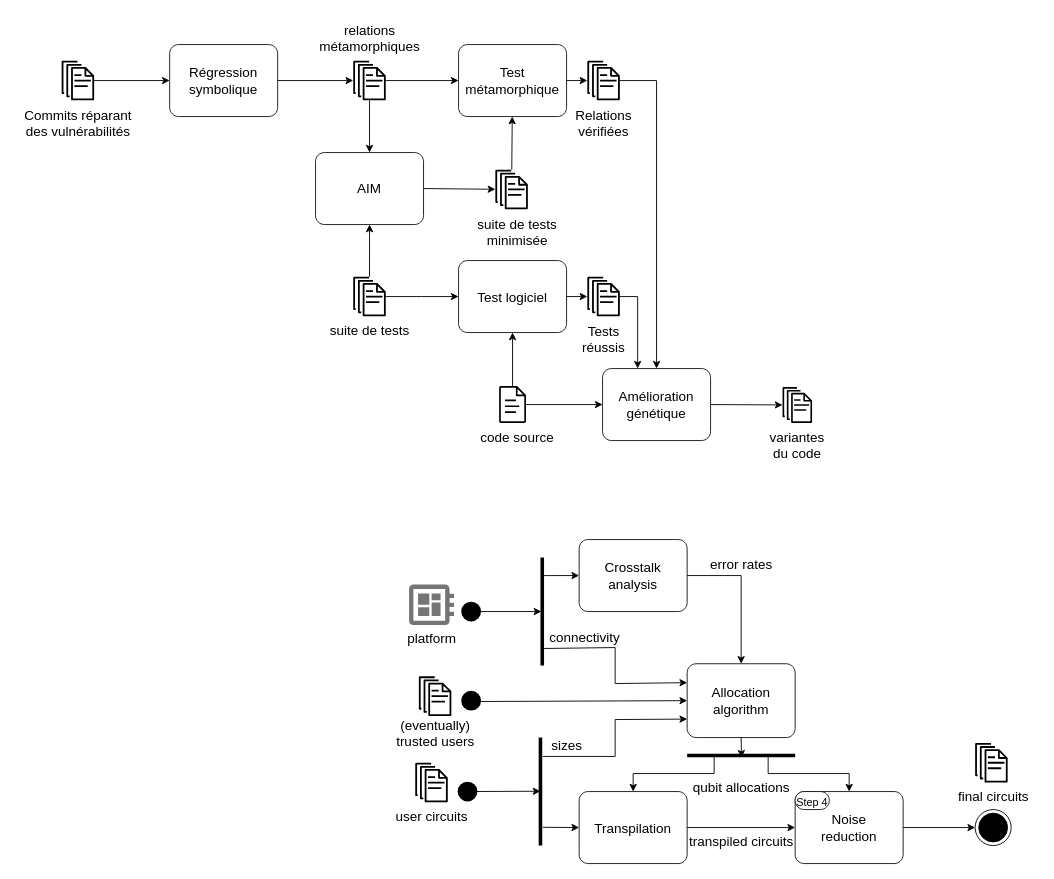
This is researchProject2025.drawio from yoann-marquer/Diagrams, a draw.io file, before an edit. Source tidied: cells renumbered, new cells numbered last; positions are measured from the earlier drawing's top-left corner, leaving out a move shared by most shapes. Both pictures are drawn from the tidied source at 90%, with x=0, y=0 at pixel (14, 15).
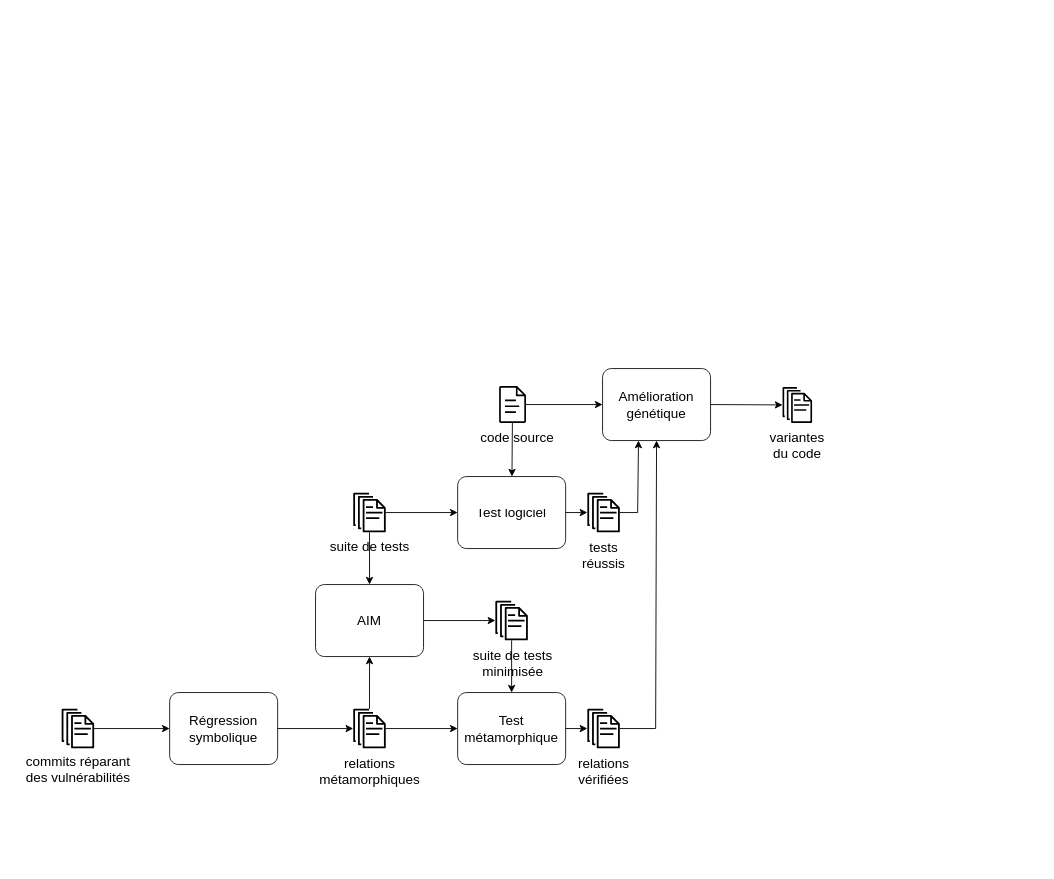
Above is the later version.

Commit message:
amélioration génétique en haut

The change refers to these unchanged cells:
```xml
<mxCell id="42" value="&lt;div&gt;Amélioration&lt;/div&gt;&lt;div&gt;génétique&lt;/div&gt;" style="points=[[0.25,0,0],[0.5,0,0],[0.75,0,0],[1,0.25,0],[1,0.5,0],[1,0.75,0],[0.75,1,0],[0.5,1,0],[0.25,1,0],[0,0.75,0],[0,0.5,0],[0,0.25,0]];shape=mxgraph.bpmn.task;whiteSpace=wrap;rectStyle=rounded;size=10;html=1;taskMarker=abstract;strokeColor=#121212;fontSize=15;fillColor=#FFFFFF;" parent="1" vertex="1">
  <mxGeometry x="653" y="392" width="120" height="80" as="geometry" />
</mxCell>
```

Change to the diagram source:
```diff
@@
-    <mxCell id="2" style="endArrow=classic;html=1;rounded=0;entryX=0.5;entryY=0;entryDx=0;entryDy=0;entryPerimeter=0;exitX=0.75;exitY=0.5;exitDx=0;exitDy=0;exitPerimeter=0;" parent="1" edge="1" source="11" target="5">
-      <mxGeometry relative="1" as="geometry">
-        <Array as="points">
-          <mxPoint x="777" y="842" />
-          <mxPoint x="687" y="842" />
-        </Array>
-      </mxGeometry>
-    </mxCell>
-    <mxCell id="3" value="&lt;div&gt;Crosstalk&lt;/div&gt;&lt;div&gt;analysis&lt;br&gt;&lt;/div&gt;" style="points=[[0.25,0,0],[0.5,0,0],[0.75,0,0],[1,0.25,0],[1,0.5,0],[1,0.75,0],[0.75,1,0],[0.5,1,0],[0.25,1,0],[0,0.75,0],[0,0.5,0],[0,0.25,0]];shape=mxgraph.bpmn.task;whiteSpace=wrap;rectStyle=rounded;size=10;html=1;taskMarker=abstract;strokeColor=#121212;fontSize=15;fillColor=#FFFFFF;" parent="1" vertex="1">
-      <mxGeometry x="627" y="582" width="120" height="80" as="geometry" />
-    </mxCell>
-    <mxCell id="4" value="&lt;div&gt;Allocation&lt;/div&gt;&lt;div&gt;algorithm&lt;br&gt;&lt;/div&gt;" style="points=[[0.25,0,0],[0.5,0,0],[0.75,0,0],[1,0.25,0],[1,0.5,0],[1,0.75,0],[0.75,1,0],[0.5,1,0],[0.25,1,0],[0,0.75,0],[0,0.5,0],[0,0.25,0]];shape=mxgraph.bpmn.task;whiteSpace=wrap;rectStyle=rounded;size=10;html=1;taskMarker=abstract;strokeColor=#121212;fontSize=15;fillColor=#FFFFFF;" parent="1" vertex="1">
-      <mxGeometry x="747" y="720" width="120" height="82" as="geometry" />
-    </mxCell>
-    <mxCell id="5" value="Transpilation" style="points=[[0.25,0,0],[0.5,0,0],[0.75,0,0],[1,0.25,0],[1,0.5,0],[1,0.75,0],[0.75,1,0],[0.5,1,0],[0.25,1,0],[0,0.75,0],[0,0.5,0],[0,0.25,0]];shape=mxgraph.bpmn.task;whiteSpace=wrap;rectStyle=rounded;size=10;html=1;taskMarker=abstract;strokeColor=#121212;fontSize=15;fillColor=#FFFFFF;" parent="1" vertex="1">
-      <mxGeometry x="627" y="862" width="120" height="80" as="geometry" />
-    </mxCell>
-    <mxCell id="6" style="endArrow=classic;html=1;rounded=0;entryX=0;entryY=0.5;entryDx=0;entryDy=0;entryPerimeter=0;exitX=0.167;exitY=0.3;exitDx=0;exitDy=0;exitPerimeter=0;" parent="1" edge="1" source="38" target="3">
-      <mxGeometry relative="1" as="geometry" />
-    </mxCell>
-    <mxCell id="7" style="endArrow=classic;html=1;rounded=0;entryX=0.5;entryY=0.6;entryDx=0;entryDy=0;entryPerimeter=0;exitX=1;exitY=0.5;exitDx=0;exitDy=0;exitPerimeter=0;" parent="1" edge="1" source="21" target="38">
-      <mxGeometry relative="1" as="geometry" />
-    </mxCell>
-    <mxCell id="8" style="endArrow=classic;html=1;rounded=0;exitX=1;exitY=0.5;exitDx=0;exitDy=0;exitPerimeter=0;entryX=0.5;entryY=0;entryDx=0;entryDy=0;entryPerimeter=0;" parent="1" edge="1" source="3" target="4">
-      <mxGeometry relative="1" as="geometry">
-        <Array as="points">
-          <mxPoint x="807" y="622" />
-        </Array>
-      </mxGeometry>
-    </mxCell>
-    <mxCell id="9" value="error rates" style="text;html=1;align=center;verticalAlign=middle;strokeColor=none;fillColor=none;fontSize=15;" parent="1" vertex="1">
-      <mxGeometry x="762" y="594" width="90" height="30" as="geometry" />
-    </mxCell>
-    <mxCell id="10" value="connectivity" style="text;html=1;align=center;verticalAlign=middle;strokeColor=none;fillColor=none;fontSize=15;" parent="1" vertex="1">
-      <mxGeometry x="583" y="675" width="100" height="30" as="geometry" />
-    </mxCell>
-    <mxCell id="11" style="line;strokeWidth=4;html=1;direction=south;rotation=90;" parent="1" vertex="1">
-      <mxGeometry x="802" y="762" width="10" height="120" as="geometry" />
-    </mxCell>
-    <mxCell id="12" value="&lt;div&gt;Noise&lt;/div&gt;&lt;div&gt;reduction&lt;br&gt;&lt;/div&gt;" style="points=[[0.25,0,0],[0.5,0,0],[0.75,0,0],[1,0.25,0],[1,0.5,0],[1,0.75,0],[0.75,1,0],[0.5,1,0],[0.25,1,0],[0,0.75,0],[0,0.5,0],[0,0.25,0]];shape=mxgraph.bpmn.task;whiteSpace=wrap;rectStyle=rounded;size=10;html=1;taskMarker=abstract;strokeColor=#121212;fontSize=15;fillColor=#FFFFFF;" parent="1" vertex="1">
-      <mxGeometry x="867" y="862" width="120" height="80" as="geometry" />
-    </mxCell>
-    <mxCell id="13" style="endArrow=classic;html=1;rounded=0;entryX=0;entryY=0.5;entryDx=0;entryDy=0;entryPerimeter=0;exitX=1;exitY=0.5;exitDx=0;exitDy=0;exitPerimeter=0;" parent="1" edge="1" source="5" target="12">
-      <mxGeometry relative="1" as="geometry" />
-    </mxCell>
-    <mxCell id="14" style="endArrow=classic;html=1;rounded=0;entryX=0.497;entryY=0.267;entryDx=0;entryDy=0;entryPerimeter=0;exitX=0.5;exitY=1;exitDx=0;exitDy=0;exitPerimeter=0;" parent="1" edge="1" source="4" target="11">
-      <mxGeometry relative="1" as="geometry" />
-    </mxCell>
-    <mxCell id="15" style="endArrow=classic;html=1;rounded=0;entryX=0.5;entryY=0;entryDx=0;entryDy=0;entryPerimeter=0;exitX=0.25;exitY=0.5;exitDx=0;exitDy=0;exitPerimeter=0;" parent="1" edge="1" source="11" target="12">
-      <mxGeometry relative="1" as="geometry">
-        <Array as="points">
-          <mxPoint x="837" y="842" />
-          <mxPoint x="927" y="842" />
-        </Array>
-      </mxGeometry>
-    </mxCell>
-    <mxCell id="16" style="line;strokeWidth=4;html=1;direction=south;" parent="1" vertex="1">
-      <mxGeometry x="579" y="802" width="10" height="120" as="geometry" />
-    </mxCell>
-    <mxCell id="17" style="endArrow=classic;html=1;rounded=0;entryX=0;entryY=0.5;entryDx=0;entryDy=0;entryPerimeter=0;exitX=0.831;exitY=0.233;exitDx=0;exitDy=0;exitPerimeter=0;" parent="1" edge="1" source="16" target="5">
-      <mxGeometry relative="1" as="geometry" />
-    </mxCell>
-    <mxCell id="18" style="endArrow=classic;html=1;rounded=0;entryX=0;entryY=0.75;entryDx=0;entryDy=0;entryPerimeter=0;exitX=0.175;exitY=0.233;exitDx=0;exitDy=0;exitPerimeter=0;" parent="1" edge="1" source="16" target="4">
-      <mxGeometry relative="1" as="geometry">
-        <Array as="points">
-          <mxPoint x="667" y="823" />
-          <mxPoint x="667" y="782" />
-        </Array>
-      </mxGeometry>
-    </mxCell>
-    <mxCell id="19" value="sizes" style="text;html=1;align=center;verticalAlign=middle;strokeColor=none;fillColor=none;fontSize=15;" parent="1" vertex="1">
-      <mxGeometry x="583" y="795" width="60" height="30" as="geometry" />
-    </mxCell>
-    <mxCell id="20" style="endArrow=classic;html=1;rounded=0;entryX=0.497;entryY=0.5;entryDx=0;entryDy=0;entryPerimeter=0;" parent="1" edge="1" source="23" target="16">
-      <mxGeometry relative="1" as="geometry" />
-    </mxCell>
-    <mxCell id="21" style="strokeWidth=2;html=1;shape=mxgraph.flowchart.start_2;whiteSpace=wrap;fillColor=#000000;" parent="1" vertex="1">
-      <mxGeometry x="497" y="652" width="20" height="20" as="geometry" />
-    </mxCell>
-    <mxCell id="22" style="endArrow=classic;html=1;rounded=0;entryX=0.497;entryY=0.5;entryDx=0;entryDy=0;entryPerimeter=0;exitX=0.5;exitY=0;exitDx=0;exitDy=0;exitPerimeter=0;" parent="1" edge="1" source="23" target="23">
-      <mxGeometry relative="1" as="geometry" />
-    </mxCell>
-    <mxCell id="23" style="strokeWidth=2;html=1;shape=mxgraph.flowchart.start_2;whiteSpace=wrap;fillColor=#000000;" parent="1" vertex="1">
-      <mxGeometry x="493" y="852" width="20" height="20" as="geometry" />
-    </mxCell>
-    <mxCell id="24" style="endArrow=classic;html=1;rounded=0;exitX=1;exitY=0.5;exitDx=0;exitDy=0;exitPerimeter=0;entryX=0.5;entryY=0;entryDx=0;entryDy=0;" parent="1" edge="1" source="12" target="25">
-      <mxGeometry relative="1" as="geometry" />
-    </mxCell>
-    <mxCell id="25" style="ellipse;html=1;shape=endState;fillColor=#000000;strokeColor=#000000;fontSize=15;direction=north;" parent="1" vertex="1">
-      <mxGeometry x="1067" y="882" width="40" height="40" as="geometry" />
-    </mxCell>
-    <mxCell id="26" value="platform" style="text;html=1;align=center;verticalAlign=middle;strokeColor=none;fillColor=none;fontSize=15;" parent="1" vertex="1">
-      <mxGeometry x="423" y="677" width="80" height="30" as="geometry" />
-    </mxCell>
-    <mxCell id="27" value="user circuits" style="text;html=1;align=center;verticalAlign=middle;strokeColor=none;fillColor=none;fontSize=15;" parent="1" vertex="1">
-      <mxGeometry x="413" y="874" width="100" height="30" as="geometry" />
-    </mxCell>
-    <mxCell id="28" value="final circuits" style="text;html=1;align=center;verticalAlign=middle;strokeColor=none;fillColor=none;fontSize=15;" parent="1" vertex="1">
-      <mxGeometry x="1037" y="852" width="100" height="30" as="geometry" />
-    </mxCell>
-    <mxCell id="29" value="qubit allocations" style="text;html=1;align=center;verticalAlign=middle;strokeColor=none;fillColor=none;fontSize=15;" parent="1" vertex="1">
-      <mxGeometry x="742" y="842" width="130" height="30" as="geometry" />
-    </mxCell>
-    <mxCell id="30" value="transpiled circuits" style="text;html=1;align=center;verticalAlign=middle;strokeColor=none;fillColor=none;fontSize=15;" parent="1" vertex="1">
-      <mxGeometry x="737" y="902" width="140" height="30" as="geometry" />
-    </mxCell>
-    <mxCell id="31" style="sketch=0;fontColor=#232F3E;gradientColor=none;fillColor=#000000;strokeColor=none;dashed=0;verticalLabelPosition=bottom;verticalAlign=top;align=center;html=1;fontSize=12;fontStyle=0;shape=mxgraph.aws4.documents;" parent="1" vertex="1">
-      <mxGeometry x="444.9" y="830" width="36.1" height="44" as="geometry" />
-    </mxCell>
-    <mxCell id="32" style="sketch=0;fontColor=#232F3E;gradientColor=none;fillColor=#000000;strokeColor=none;dashed=0;verticalLabelPosition=bottom;verticalAlign=top;align=center;html=1;fontSize=12;fontStyle=0;shape=mxgraph.aws4.documents;" parent="1" vertex="1">
-      <mxGeometry x="1067" y="808" width="36.1" height="44" as="geometry" />
-    </mxCell>
-    <mxCell id="33" style="sketch=0;dashed=0;html=1;fillColor=#757575;strokeColor=none;shape=mxgraph.gcp2.circuit_board;" parent="1" vertex="1">
-      <mxGeometry x="438" y="632" width="50" height="45" as="geometry" />
-    </mxCell>
-    <mxCell id="34" value="&lt;font style=&quot;font-size: 12px;&quot;&gt;Step 4&lt;br&gt;&lt;/font&gt;" style="shape=mxgraph.bpmn.task;whiteSpace=wrap;rectStyle=rounded;size=10;html=1;taskMarker=abstract;strokeColor=#121212;fontSize=15;fillColor=#FFFFFF;" parent="1" vertex="1">
-      <mxGeometry x="867" y="862" width="38" height="20" as="geometry" />
-    </mxCell>
-    <mxCell id="35" style="endArrow=classic;html=1;rounded=0;exitX=0.842;exitY=0.3;exitDx=0;exitDy=0;exitPerimeter=0;" parent="1" edge="1" source="38">
-      <mxGeometry relative="1" as="geometry">
-        <mxPoint x="747" y="741" as="targetPoint" />
-        <Array as="points">
-          <mxPoint x="667" y="702" />
-          <mxPoint x="667" y="742" />
-        </Array>
-      </mxGeometry>
-    </mxCell>
-    <mxCell id="36" style="endArrow=classic;html=1;rounded=0;entryX=0;entryY=0.5;entryDx=0;entryDy=0;entryPerimeter=0;exitX=0.55;exitY=0.5;exitDx=0;exitDy=0;exitPerimeter=0;" parent="1" edge="1" source="37" target="4">
-      <mxGeometry relative="1" as="geometry" />
-    </mxCell>
-    <mxCell id="37" style="strokeWidth=2;html=1;shape=mxgraph.flowchart.start_2;whiteSpace=wrap;fillColor=#000000;direction=south;" parent="1" vertex="1">
-      <mxGeometry x="497" y="751" width="20" height="20" as="geometry" />
-    </mxCell>
-    <mxCell id="38" style="line;strokeWidth=4;html=1;direction=south;" parent="1" vertex="1">
-      <mxGeometry x="581" y="602" width="10" height="120" as="geometry" />
-    </mxCell>
-    <mxCell id="39" value="(eventually)&lt;br&gt;trusted users" style="text;html=1;align=center;verticalAlign=middle;strokeColor=none;fillColor=none;fontSize=15;" parent="1" vertex="1">
-      <mxGeometry x="412" y="772" width="110" height="50" as="geometry" />
-    </mxCell>
-    <mxCell id="40" style="sketch=0;fontColor=#232F3E;gradientColor=none;fillColor=#000000;strokeColor=none;dashed=0;verticalLabelPosition=bottom;verticalAlign=top;align=center;html=1;fontSize=12;fontStyle=0;shape=mxgraph.aws4.documents;" parent="1" vertex="1">
-      <mxGeometry x="448.9" y="734" width="36.1" height="44" as="geometry" />
-    </mxCell>
@@
     <mxCell id="48" value="Test logiciel" style="points=[[0.25,0,0],[0.5,0,0],[0.75,0,0],[1,0.25,0],[1,0.5,0],[1,0.75,0],[0.75,1,0],[0.5,1,0],[0.25,1,0],[0,0.75,0],[0,0.5,0],[0,0.25,0]];shape=mxgraph.bpmn.task;whiteSpace=wrap;rectStyle=rounded;size=10;html=1;taskMarker=abstract;strokeColor=#121212;fontSize=15;fillColor=#FFFFFF;" parent="1" vertex="1">
-      <mxGeometry x="493" y="272" width="120" height="80" as="geometry" />
+      <mxGeometry x="492" y="512" width="120" height="80" as="geometry" />
     </mxCell>
     <mxCell id="49" style="sketch=0;outlineConnect=0;fontColor=#232F3E;gradientColor=none;fillColor=#000000;strokeColor=none;dashed=0;verticalLabelPosition=bottom;verticalAlign=top;align=center;html=1;fontSize=12;fontStyle=0;shape=mxgraph.aws4.documents;" parent="1" vertex="1">
-      <mxGeometry x="376" y="290" width="36.1" height="44" as="geometry" />
+      <mxGeometry x="376" y="530" width="36.1" height="44" as="geometry" />
     </mxCell>
     <mxCell id="50" style="endArrow=classic;html=1;rounded=0;entryX=0;entryY=0.5;entryDx=0;entryDy=0;entryPerimeter=0;" parent="1" edge="1" source="49" target="48">
-      <mxGeometry relative="1" as="geometry">
-        <Array as="points">
-          <mxPoint x="452" y="312" />
-        </Array>
-      </mxGeometry>
+      <mxGeometry relative="1" as="geometry" />
     </mxCell>
     <mxCell id="51" value="suite de tests" style="text;html=1;align=center;verticalAlign=middle;strokeColor=none;fillColor=none;fontSize=15;" parent="1" vertex="1">
-      <mxGeometry x="339.1" y="334" width="110" height="30" as="geometry" />
+      <mxGeometry x="339.1" y="574" width="110" height="30" as="geometry" />
     </mxCell>
     <mxCell id="52" value="Test métamorphique" style="points=[[0.25,0,0],[0.5,0,0],[0.75,0,0],[1,0.25,0],[1,0.5,0],[1,0.75,0],[0.75,1,0],[0.5,1,0],[0.25,1,0],[0,0.75,0],[0,0.5,0],[0,0.25,0]];shape=mxgraph.bpmn.task;whiteSpace=wrap;rectStyle=rounded;size=10;html=1;taskMarker=abstract;strokeColor=#121212;fontSize=15;fillColor=#FFFFFF;" parent="1" vertex="1">
-      <mxGeometry x="493" y="32" width="120" height="80" as="geometry" />
+      <mxGeometry x="492" y="752" width="120" height="80" as="geometry" />
     </mxCell>
     <mxCell id="53" style="sketch=0;outlineConnect=0;fontColor=#232F3E;gradientColor=none;fillColor=#000000;strokeColor=none;dashed=0;verticalLabelPosition=bottom;verticalAlign=top;align=center;html=1;fontSize=12;fontStyle=0;shape=mxgraph.aws4.documents;" parent="1" vertex="1">
-      <mxGeometry x="376" y="50" width="36.1" height="44" as="geometry" />
+      <mxGeometry x="376" y="770" width="36.1" height="44" as="geometry" />
     </mxCell>
@@
     <mxCell id="55" value="&lt;div&gt;relations&lt;/div&gt;&lt;div&gt;métamorphiques&lt;/div&gt;" style="text;html=1;align=center;verticalAlign=middle;strokeColor=none;fillColor=none;fontSize=15;" parent="1" vertex="1">
-      <mxGeometry x="324.1" width="140" height="50" as="geometry" />
+      <mxGeometry x="324.1" y="814" width="140" height="50" as="geometry" />
     </mxCell>
     <mxCell id="56" value="Régression symbolique" style="points=[[0.25,0,0],[0.5,0,0],[0.75,0,0],[1,0.25,0],[1,0.5,0],[1,0.75,0],[0.75,1,0],[0.5,1,0],[0.25,1,0],[0,0.75,0],[0,0.5,0],[0,0.25,0]];shape=mxgraph.bpmn.task;whiteSpace=wrap;rectStyle=rounded;size=10;html=1;taskMarker=abstract;strokeColor=#121212;fontSize=15;fillColor=#FFFFFF;" parent="1" vertex="1">
-      <mxGeometry x="172" y="32" width="120" height="80" as="geometry" />
+      <mxGeometry x="172" y="752" width="120" height="80" as="geometry" />
     </mxCell>
@@
     <mxCell id="58" style="sketch=0;outlineConnect=0;fontColor=#232F3E;gradientColor=none;fillColor=#000000;strokeColor=none;dashed=0;verticalLabelPosition=bottom;verticalAlign=top;align=center;html=1;fontSize=12;fontStyle=0;shape=mxgraph.aws4.documents;" parent="1" vertex="1">
-      <mxGeometry x="52" y="50" width="36.1" height="44" as="geometry" />
+      <mxGeometry x="52" y="770" width="36.1" height="44" as="geometry" />
     </mxCell>
@@
-    <mxCell id="60" value="&lt;div&gt;Commits réparant&lt;/div&gt;&lt;div&gt;des vulnérabilités&lt;/div&gt;" style="text;html=1;align=center;verticalAlign=middle;strokeColor=none;fillColor=none;fontSize=15;" parent="1" vertex="1">
-      <mxGeometry x="0.1" y="94" width="140" height="50" as="geometry" />
+    <mxCell id="60" value="&lt;div&gt;commits réparant&lt;/div&gt;&lt;div&gt;des vulnérabilités&lt;/div&gt;" style="text;html=1;align=center;verticalAlign=middle;strokeColor=none;fillColor=none;fontSize=15;" parent="1" vertex="1">
+      <mxGeometry x="0.1" y="812" width="140" height="50" as="geometry" />
     </mxCell>
     <mxCell id="61" value="AIM" style="points=[[0.25,0,0],[0.5,0,0],[0.75,0,0],[1,0.25,0],[1,0.5,0],[1,0.75,0],[0.75,1,0],[0.5,1,0],[0.25,1,0],[0,0.75,0],[0,0.5,0],[0,0.25,0]];shape=mxgraph.bpmn.task;whiteSpace=wrap;rectStyle=rounded;size=10;html=1;taskMarker=abstract;strokeColor=#121212;fontSize=15;fillColor=#FFFFFF;" parent="1" vertex="1">
-      <mxGeometry x="334.1" y="152" width="120" height="80" as="geometry" />
+      <mxGeometry x="334.1" y="632" width="120" height="80" as="geometry" />
     </mxCell>
-    <mxCell id="62" style="endArrow=classic;html=1;rounded=0;entryX=0.5;entryY=1;entryDx=0;entryDy=0;entryPerimeter=0;" parent="1" edge="1" source="49" target="61">
+    <mxCell id="62" style="endArrow=classic;html=1;rounded=0;entryX=0.5;entryY=0;entryDx=0;entryDy=0;entryPerimeter=0;" parent="1" edge="1" source="49" target="61">
       <mxGeometry relative="1" as="geometry" />
     </mxCell>
     <mxCell id="63" style="sketch=0;outlineConnect=0;fontColor=#232F3E;gradientColor=none;fillColor=#000000;strokeColor=none;dashed=0;verticalLabelPosition=bottom;verticalAlign=top;align=center;html=1;fontSize=12;fontStyle=0;shape=mxgraph.aws4.documents;" parent="1" vertex="1">
-      <mxGeometry x="533.9" y="171" width="36.1" height="44" as="geometry" />
+      <mxGeometry x="533.9" y="650" width="36.1" height="44" as="geometry" />
     </mxCell>
     <mxCell id="64" value="&lt;div&gt;suite de tests&lt;/div&gt;&lt;div&gt;minimisée&lt;/div&gt;" style="text;html=1;align=center;verticalAlign=middle;strokeColor=none;fillColor=none;fontSize=15;" parent="1" vertex="1">
-      <mxGeometry x="503" y="215" width="110" height="50" as="geometry" />
+      <mxGeometry x="498" y="694" width="110" height="50" as="geometry" />
     </mxCell>
@@
     <mxCell id="68" style="sketch=0;outlineConnect=0;fontColor=#232F3E;gradientColor=none;fillColor=#000000;strokeColor=none;dashed=0;verticalLabelPosition=bottom;verticalAlign=top;align=center;html=1;fontSize=12;fontStyle=0;shape=mxgraph.aws4.documents;" parent="1" vertex="1">
-      <mxGeometry x="636.1" y="290" width="36.1" height="44" as="geometry" />
+      <mxGeometry x="636.1" y="530" width="36.1" height="44" as="geometry" />
     </mxCell>
-    <mxCell id="69" value="&lt;div&gt;Tests&lt;/div&gt;&lt;div&gt;réussis&lt;/div&gt;" style="text;html=1;align=center;verticalAlign=middle;strokeColor=none;fillColor=none;fontSize=15;" parent="1" vertex="1">
-      <mxGeometry x="619.1" y="334" width="70" height="50" as="geometry" />
+    <mxCell id="69" value="&lt;div&gt;tests&lt;/div&gt;&lt;div&gt;réussis&lt;/div&gt;" style="text;html=1;align=center;verticalAlign=middle;strokeColor=none;fillColor=none;fontSize=15;" parent="1" vertex="1">
+      <mxGeometry x="619.1" y="574" width="70" height="50" as="geometry" />
     </mxCell>
@@
-    <mxCell id="72" style="endArrow=classic;html=1;rounded=0;entryX=0.325;entryY=0;entryDx=0;entryDy=0;entryPerimeter=0;" parent="1" edge="1" source="68" target="42">
+    <mxCell id="72" style="endArrow=classic;html=1;rounded=0;entryX=0.333;entryY=1;entryDx=0;entryDy=0;entryPerimeter=0;" parent="1" edge="1" source="68" target="42">
       <mxGeometry relative="1" as="geometry">
         <Array as="points">
-          <mxPoint x="692" y="312" />
+          <mxPoint x="692" y="552" />
         </Array>
       </mxGeometry>
     </mxCell>
     <mxCell id="73" style="sketch=0;outlineConnect=0;fontColor=#232F3E;gradientColor=none;fillColor=#000000;strokeColor=none;dashed=0;verticalLabelPosition=bottom;verticalAlign=top;align=center;html=1;fontSize=12;fontStyle=0;shape=mxgraph.aws4.documents;" parent="1" vertex="1">
-      <mxGeometry x="636.1" y="50" width="36.1" height="44" as="geometry" />
+      <mxGeometry x="636.1" y="770" width="36.1" height="44" as="geometry" />
     </mxCell>
@@
-    <mxCell id="75" value="&lt;div&gt;Relations&lt;/div&gt;&lt;div&gt;vérifiées&lt;/div&gt;" style="text;html=1;align=center;verticalAlign=middle;strokeColor=none;fillColor=none;fontSize=15;" parent="1" vertex="1">
-      <mxGeometry x="609.1" y="94" width="90" height="50" as="geometry" />
+    <mxCell id="75" value="&lt;div&gt;relations&lt;/div&gt;&lt;div&gt;vérifiées&lt;/div&gt;" style="text;html=1;align=center;verticalAlign=middle;strokeColor=none;fillColor=none;fontSize=15;" parent="1" vertex="1">
+      <mxGeometry x="614.1" y="814" width="80" height="50" as="geometry" />
     </mxCell>
-    <mxCell id="76" style="endArrow=classic;html=1;rounded=0;entryX=0.5;entryY=0;entryDx=0;entryDy=0;entryPerimeter=0;" parent="1" edge="1" source="73" target="42">
+    <mxCell id="76" style="endArrow=classic;html=1;rounded=0;entryX=0.5;entryY=1;entryDx=0;entryDy=0;entryPerimeter=0;" parent="1" edge="1" source="73" target="42">
       <mxGeometry relative="1" as="geometry">
         <Array as="points">
-          <mxPoint x="713" y="72" />
+          <mxPoint x="712" y="792" />
         </Array>
       </mxGeometry>
     </mxCell>
```
